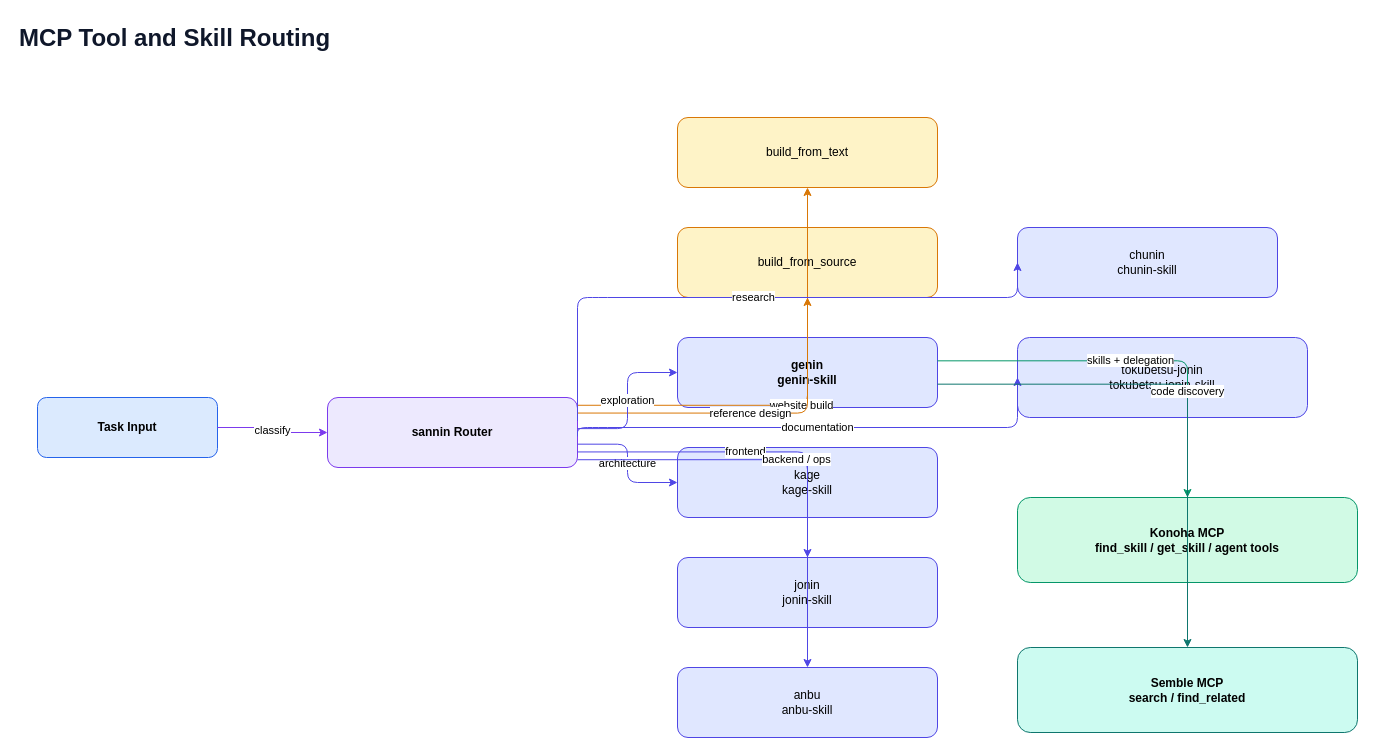
andycungkrinx91/konoha keeps this draw.io diagram as page "03 MCP Tool and Skill Routing" (3 of 11) of docs/diagrams/konoha-architecture.drawio. Above is the earlier version. Source tidied: cells renumbered, new cells numbered last; positions are measured from the earlier drawing's top-left corner, leaving out a move shared by most shapes. Both pictures are drawn from the tidied source at 100%, with x=0, y=0 at pixel (17, 17).
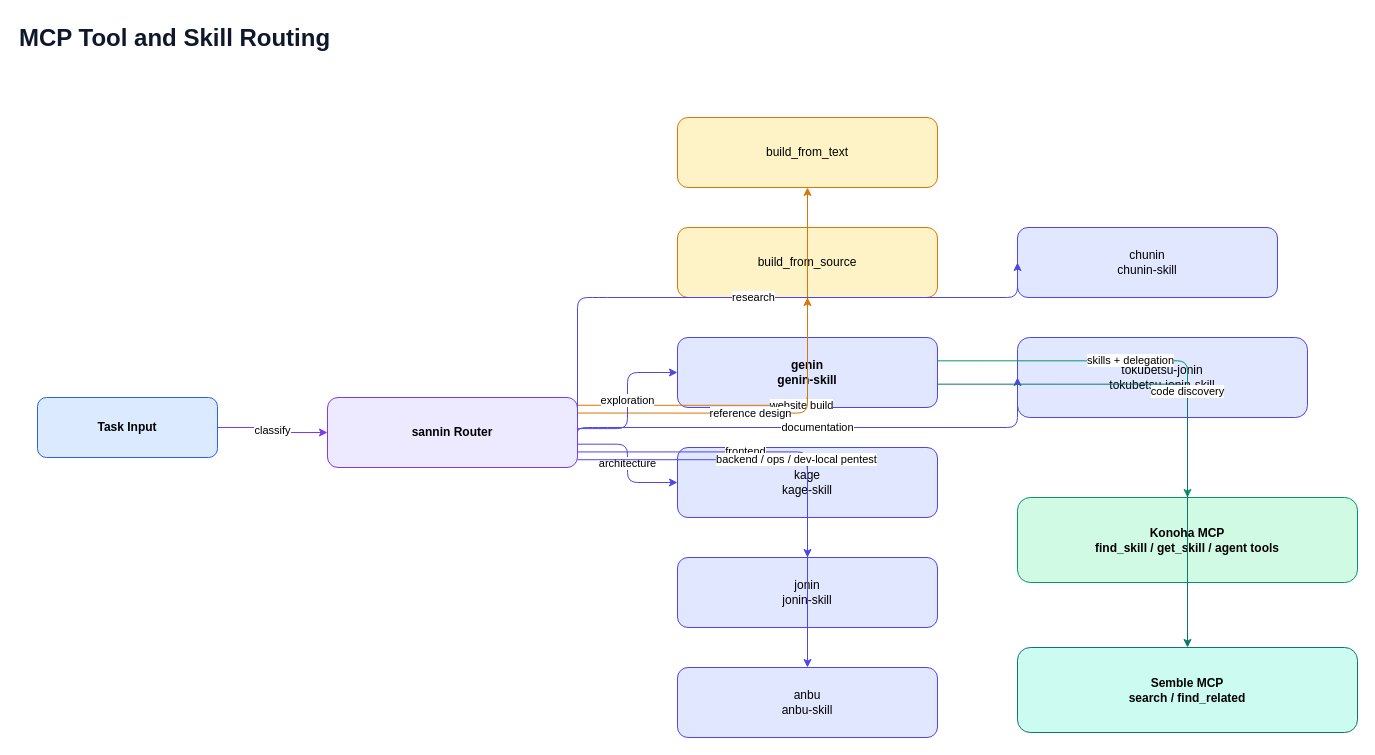
After the change.

The change refers to these unchanged cells:
```xml
<mxCell id="4" value="sannin Router" style="rounded=1;html=1;whiteSpace=wrap;fillColor=#ede9fe;strokeColor=#7c3aed;fontStyle=1;overflow=visible;" parent="1" vertex="1">
  <mxGeometry x="310" y="380" width="250" height="70" as="geometry" />
</mxCell>
<mxCell id="10" value="anbu&#10;anbu-skill" style="rounded=1;html=1;whiteSpace=wrap;fillColor=#e0e7ff;strokeColor=#4f46e5;overflow=visible;" parent="1" vertex="1">
  <mxGeometry x="660" y="650" width="260" height="70" as="geometry" />
</mxCell>
```

The edit, as a diff of the source:
```diff
@@
-    <mxCell id="21" value="backend / ops" style="edgeStyle=orthogonalEdgeStyle;rounded=1;jettySize=auto;html=1;strokeColor=#4f46e5;exitX=1;exitY=0.888889;exitDx=0;exitDy=0;" parent="1" edge="1" source="4" target="10">
+    <mxCell id="21" value="backend / ops / dev-local pentest" style="edgeStyle=orthogonalEdgeStyle;rounded=1;jettySize=auto;html=1;strokeColor=#4f46e5;exitX=1;exitY=0.888889;exitDx=0;exitDy=0;" parent="1" edge="1" source="4" target="10">
       <mxGeometry relative="1" as="geometry" />
     </mxCell>
```
